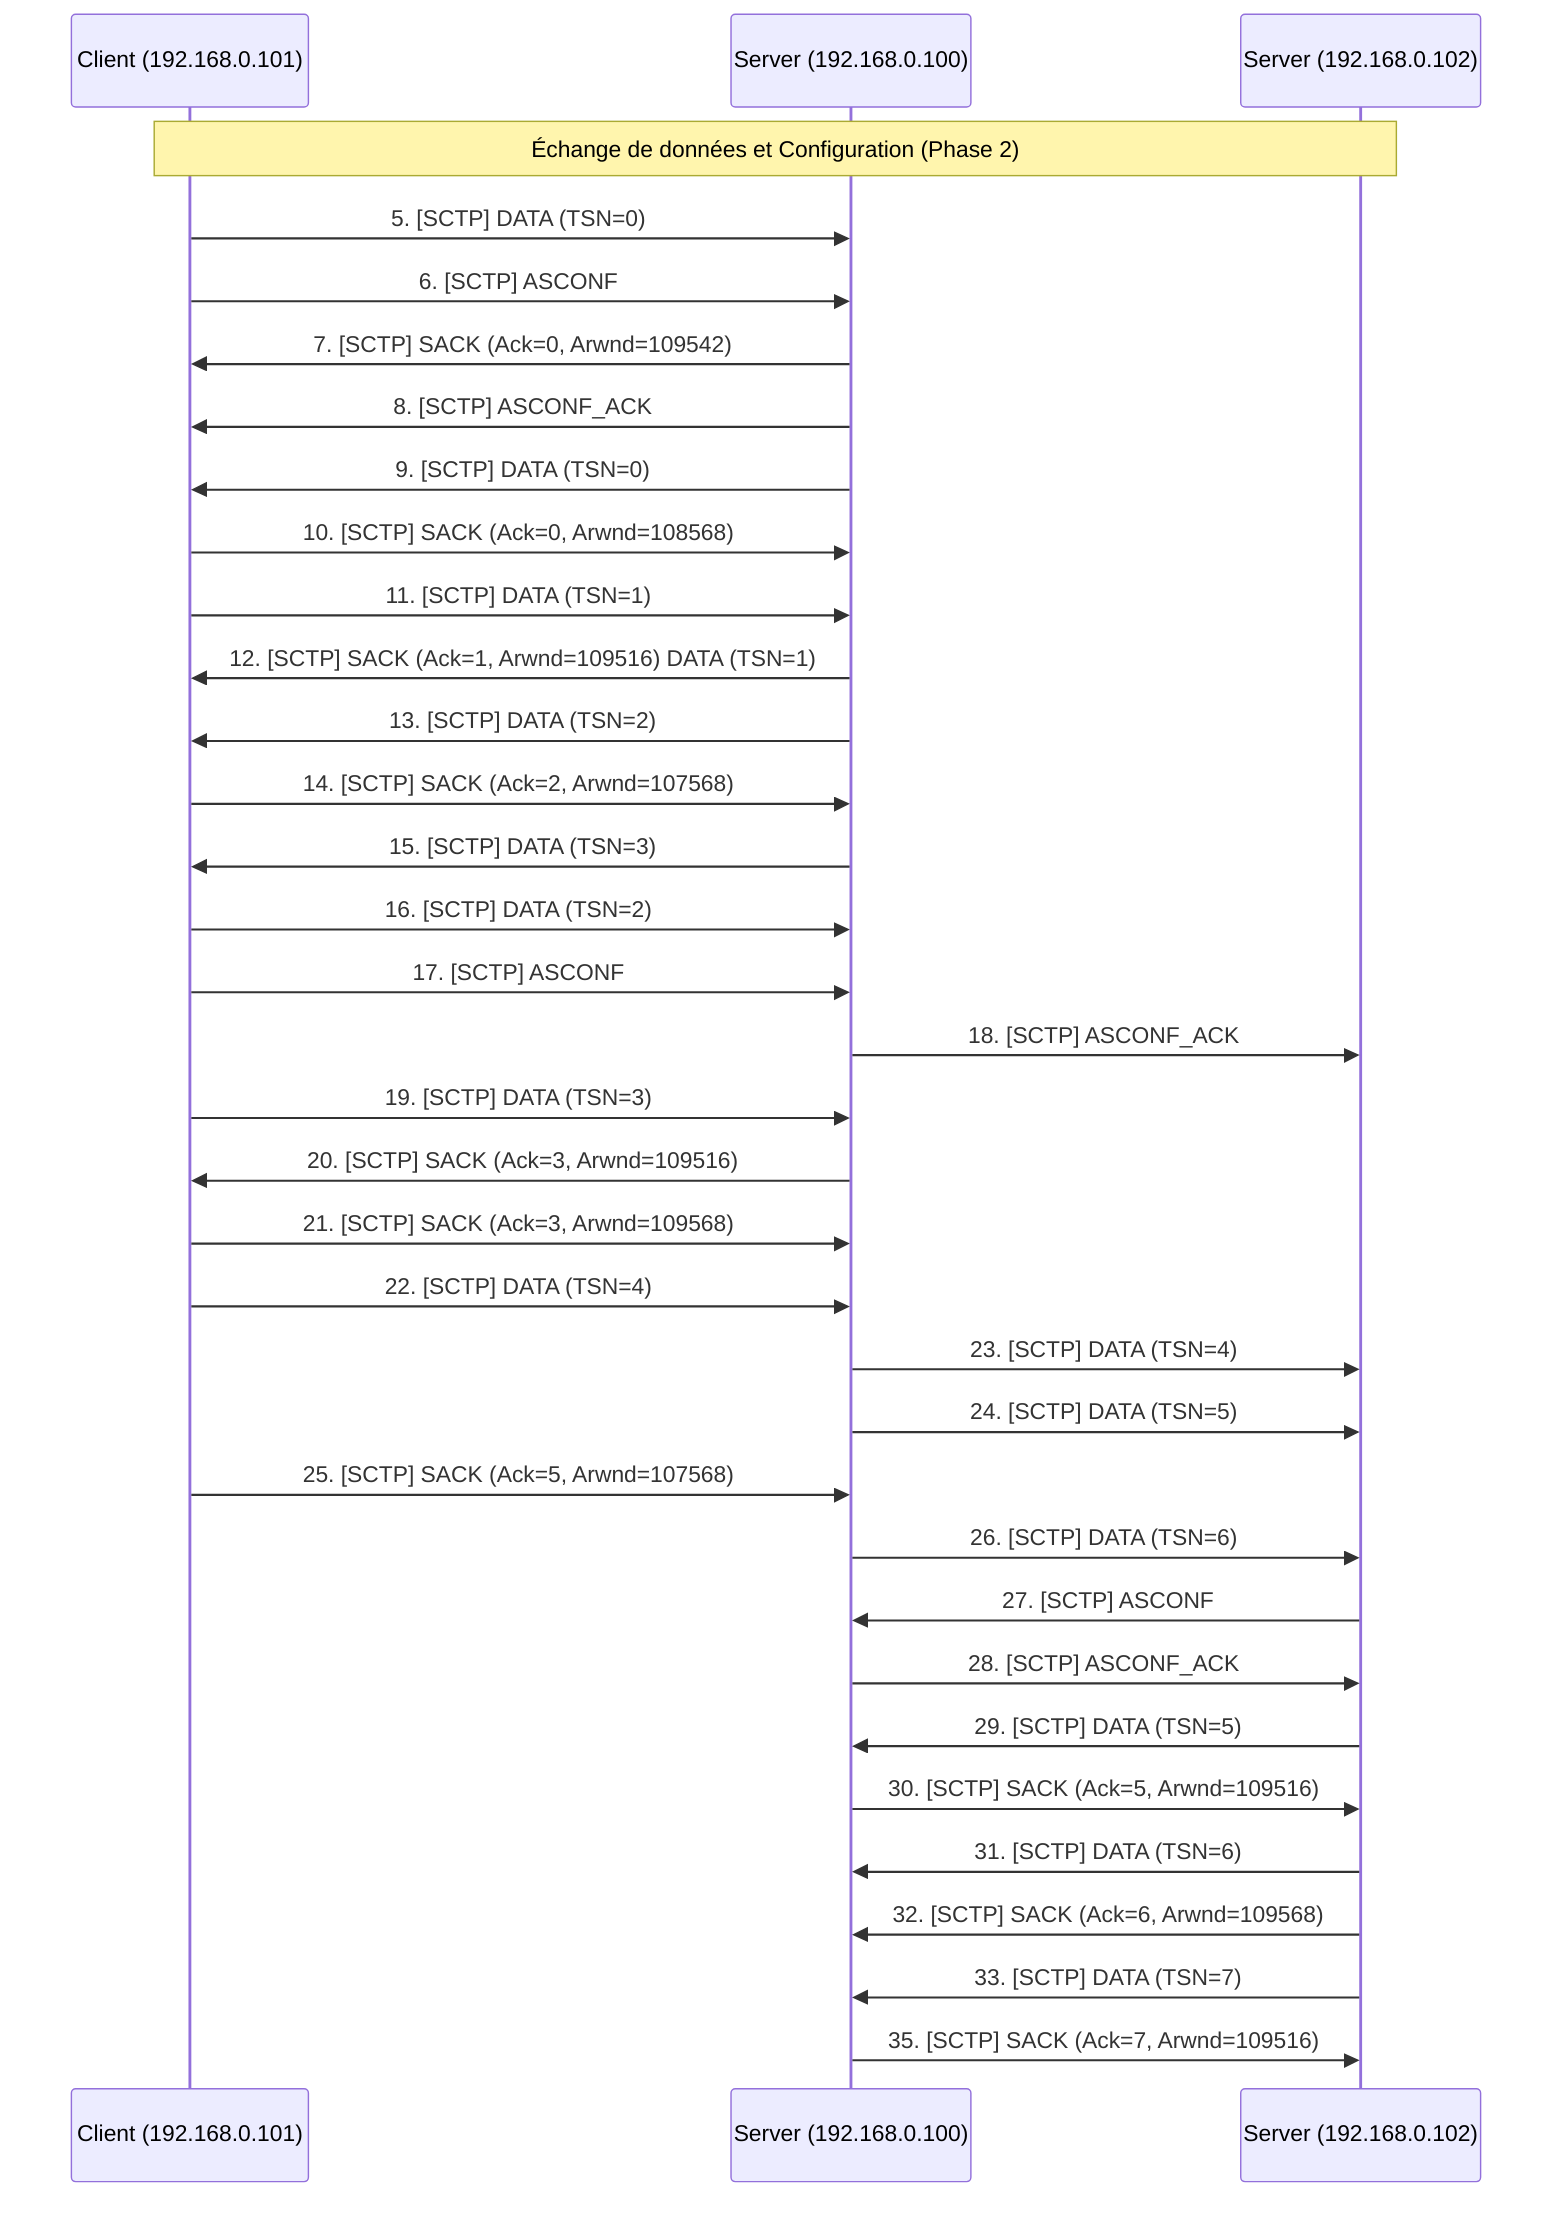
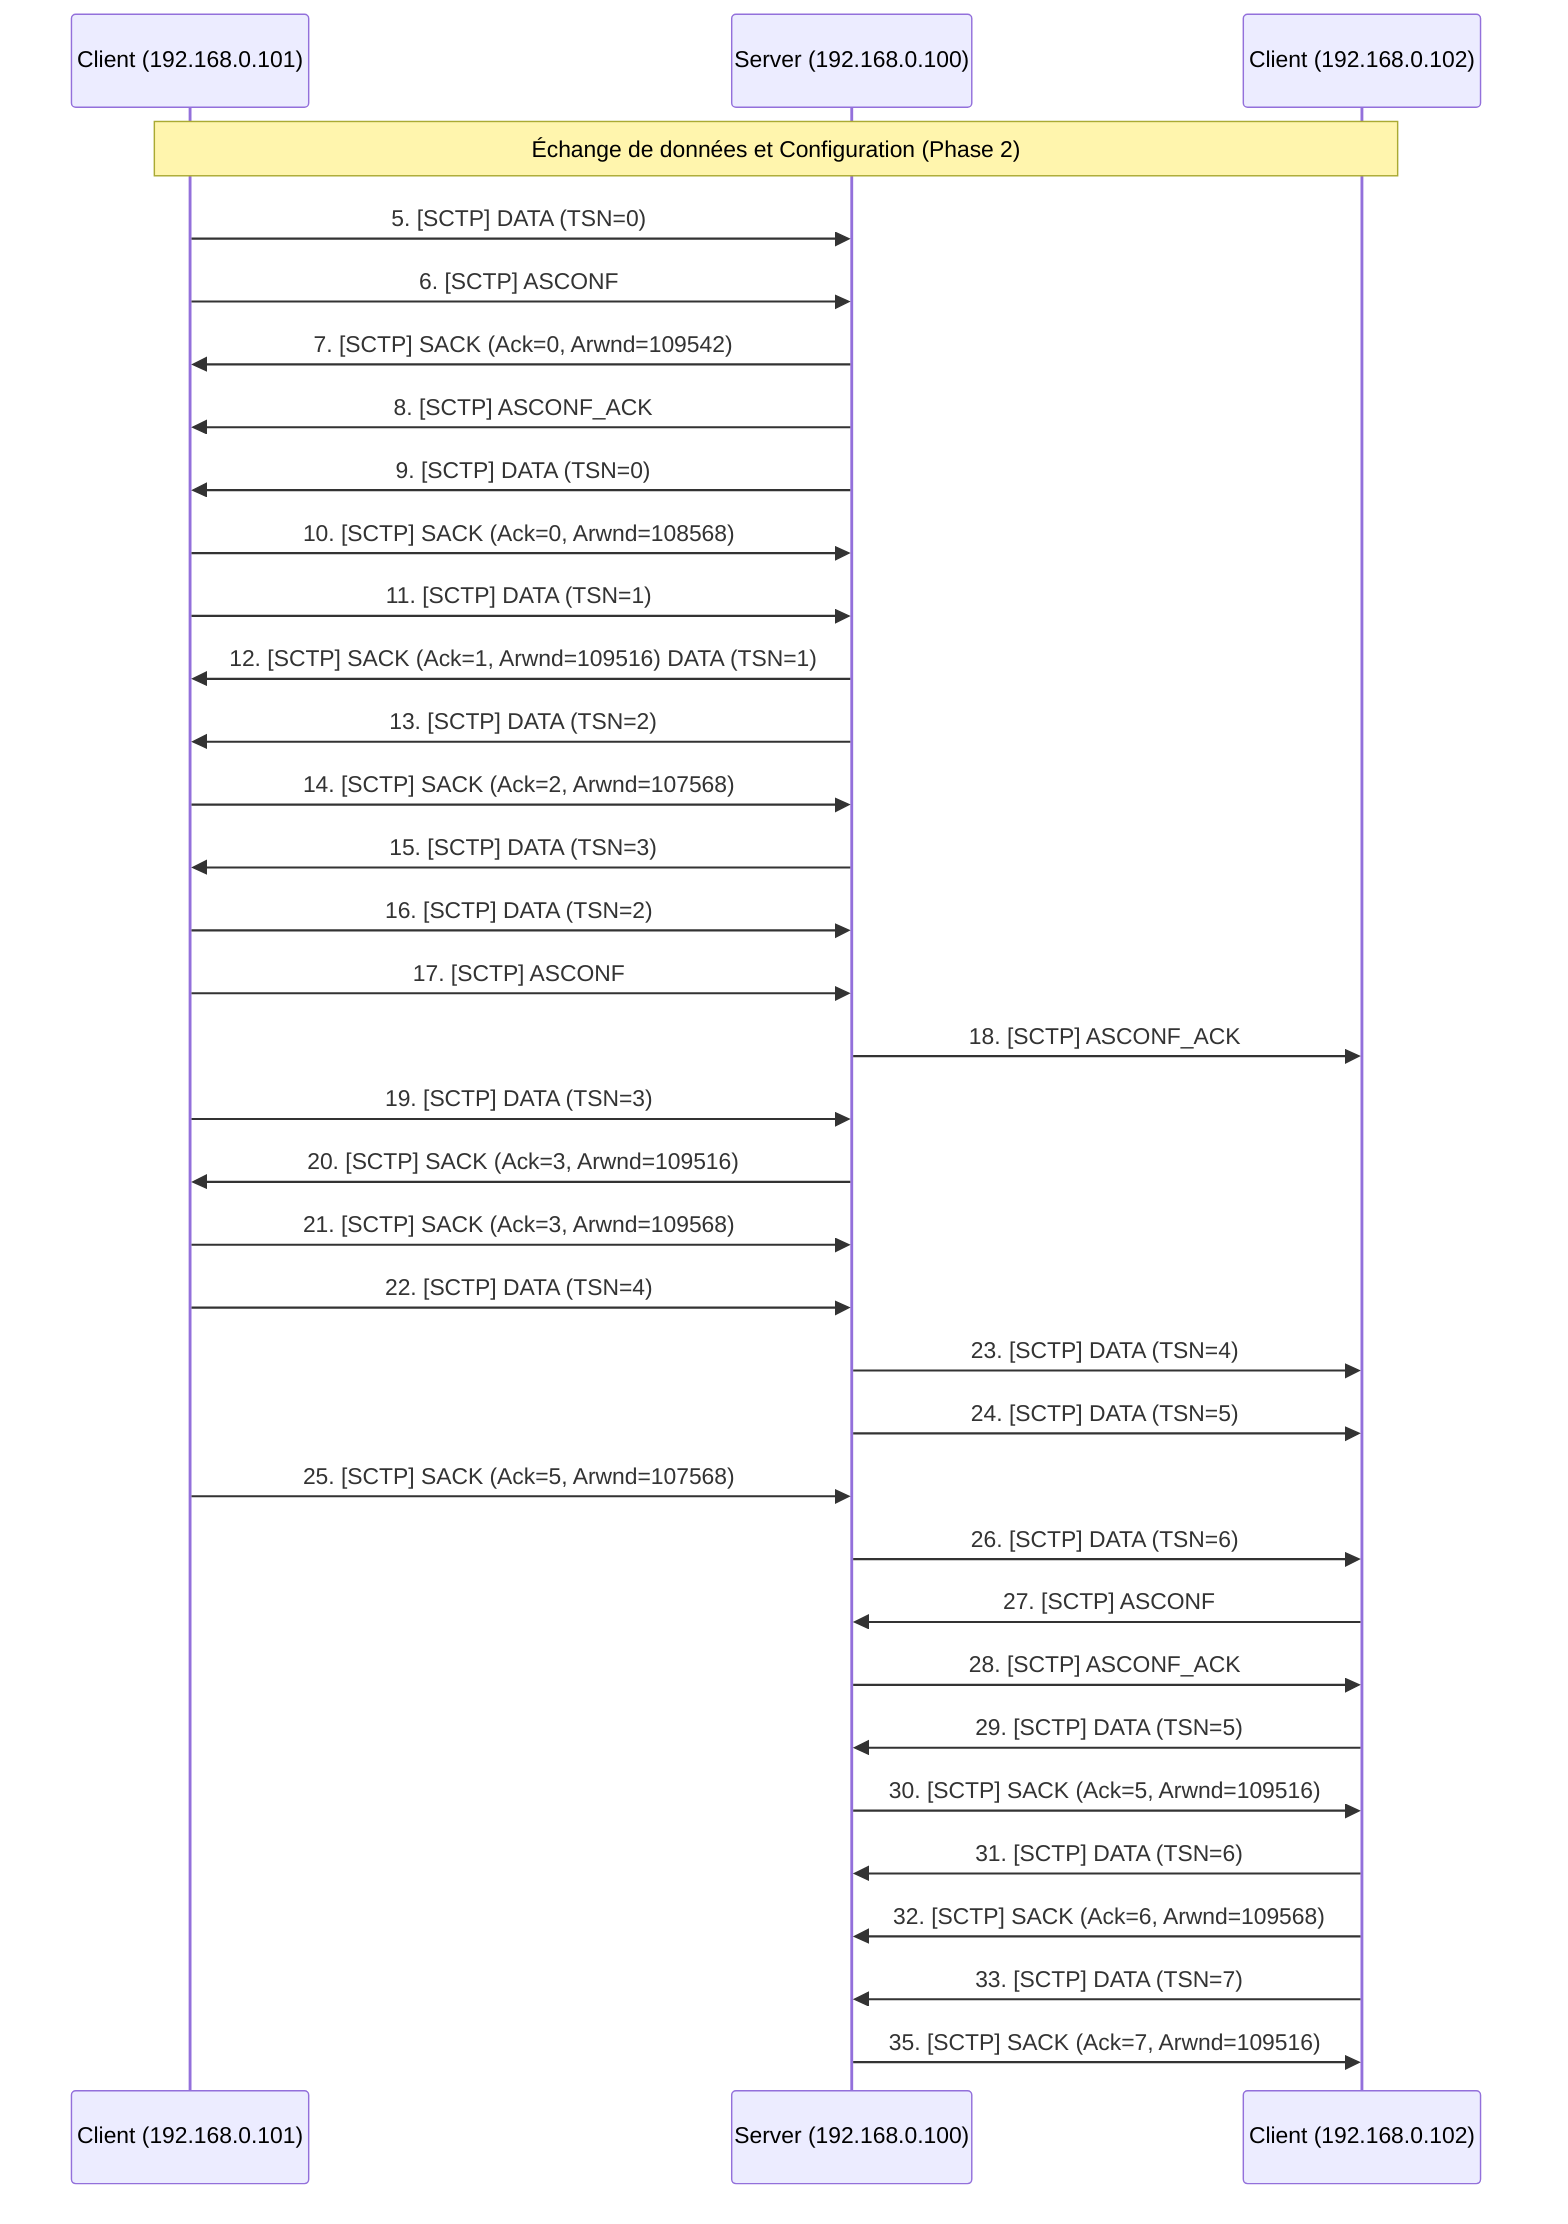
sequenceDiagram
    participant A as Client (192.168.0.101)
    participant B as Server (192.168.0.100)
-     participant C as Server (192.168.0.102)
+     participant C as Client (192.168.0.102)

Note over A, C: Échange de données et Configuration (Phase 2)
    A->>B: 5. [SCTP] DATA (TSN=0)
    A->>B: 6. [SCTP] ASCONF
    B->>A: 7. [SCTP] SACK (Ack=0, Arwnd=109542)
    B->>A: 8. [SCTP] ASCONF_ACK
    B->>A: 9. [SCTP] DATA (TSN=0)
    A->>B: 10. [SCTP] SACK (Ack=0, Arwnd=108568)
    A->>B: 11. [SCTP] DATA (TSN=1)
    B->>A: 12. [SCTP] SACK (Ack=1, Arwnd=109516) DATA (TSN=1)
    B->>A: 13. [SCTP] DATA (TSN=2)
    A->>B: 14. [SCTP] SACK (Ack=2, Arwnd=107568)
    B->>A: 15. [SCTP] DATA (TSN=3)
    A->>B: 16. [SCTP] DATA (TSN=2)
    A->>B: 17. [SCTP] ASCONF
    B->>C: 18. [SCTP] ASCONF_ACK
    A->>B: 19. [SCTP] DATA (TSN=3)
    B->>A: 20. [SCTP] SACK (Ack=3, Arwnd=109516)
    A->>B: 21. [SCTP] SACK (Ack=3, Arwnd=109568)
    A->>B: 22. [SCTP] DATA (TSN=4)
    B->>C: 23. [SCTP] DATA (TSN=4)
    B->>C: 24. [SCTP] DATA (TSN=5)
    A->>B: 25. [SCTP] SACK (Ack=5, Arwnd=107568)
    B->>C: 26. [SCTP] DATA (TSN=6)
    C->>B: 27. [SCTP] ASCONF
    B->>C: 28. [SCTP] ASCONF_ACK
    C->>B: 29. [SCTP] DATA (TSN=5)
    B->>C: 30. [SCTP] SACK (Ack=5, Arwnd=109516)
    C->>B: 31. [SCTP] DATA (TSN=6)
    C->>B: 32. [SCTP] SACK (Ack=6, Arwnd=109568)
    C->>B: 33. [SCTP] DATA (TSN=7)
    B->>C: 35. [SCTP] SACK (Ack=7, Arwnd=109516)
